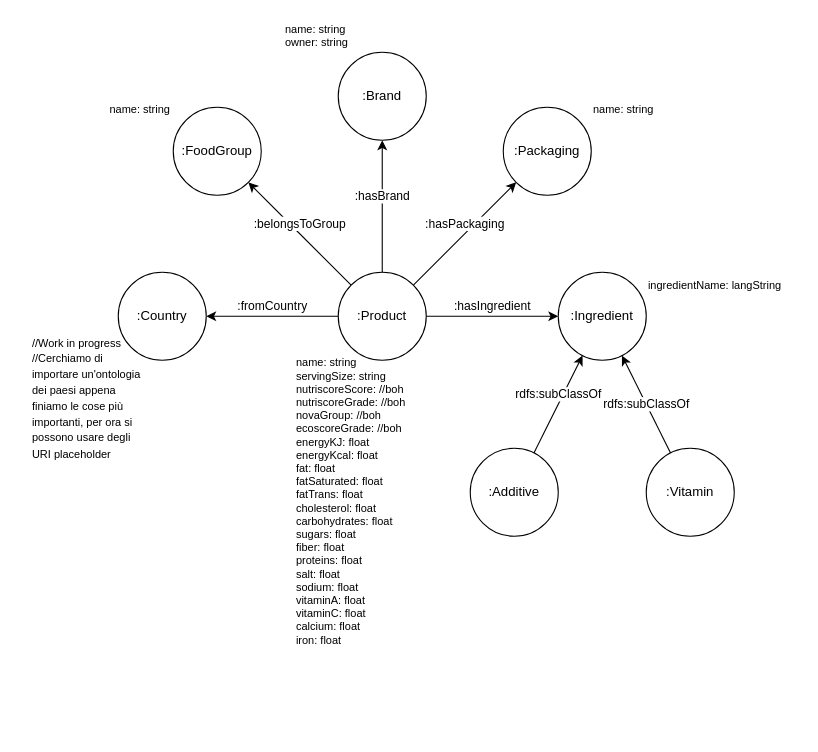
Earlier version of the draw.io diagram docs/GraphleOntology.drawio (GreedyJacques/graphle). Source tidied: cells renumbered, new cells numbered last; positions are measured from the earlier drawing's top-left corner, leaving out a move shared by most shapes. Both pictures are drawn from the tidied source at 110%, with x=0, y=0 at pixel (30, 19).
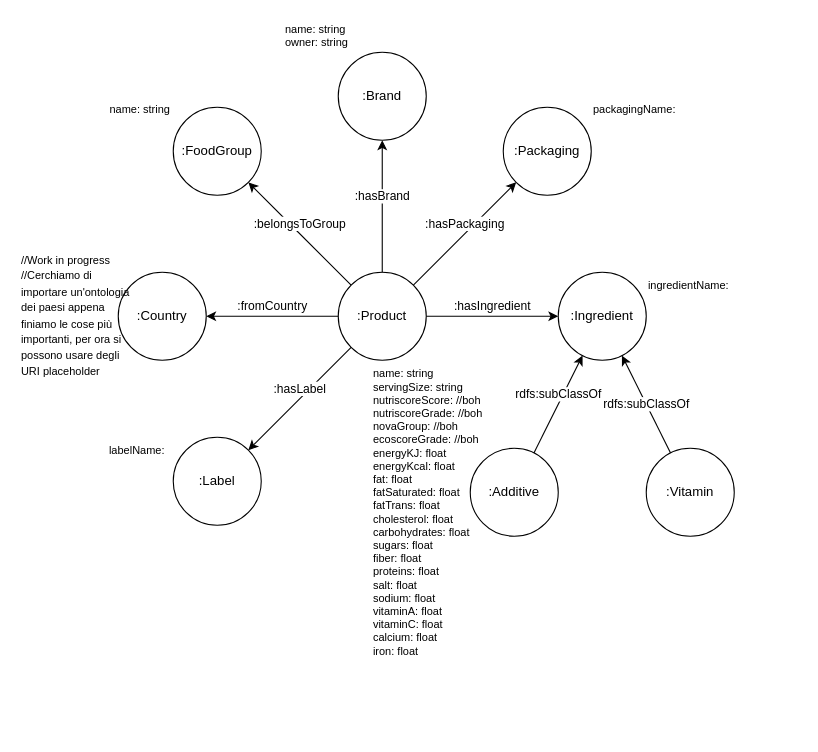
The same page after the edit.

The change refers to these unchanged cells:
```xml
<mxCell id="2" value=":Product" style="ellipse;whiteSpace=wrap;html=1;" parent="1" vertex="1">
  <mxGeometry x="280" y="230" width="80" height="80" as="geometry" />
</mxCell>
```

The edit, as a diff of the source:
```diff
@@
     <mxCell id="17" value="&lt;font size=&quot;1&quot;&gt;//Work in progress&lt;br&gt;//Cerchiamo di importare un'ontologia dei paesi appena finiamo le cose più importanti, per ora si possono usare degli URI placeholder&lt;br&gt;&lt;/font&gt;" style="text;html=1;strokeColor=none;fillColor=none;align=left;verticalAlign=top;whiteSpace=wrap;rounded=0;" parent="1" vertex="1">
-      <mxGeometry y="280" width="110" height="130" as="geometry" />
+      <mxGeometry x="-10" y="205" width="110" height="130" as="geometry" />
     </mxCell>
@@
-    <mxCell id="20" value="name: string" style="text;html=1;strokeColor=none;fillColor=none;align=left;verticalAlign=top;whiteSpace=wrap;rounded=0;fontSize=10;" parent="1" vertex="1">
+    <mxCell id="20" value="packagingName:" style="text;html=1;strokeColor=none;fillColor=none;align=left;verticalAlign=top;whiteSpace=wrap;rounded=0;fontSize=10;" parent="1" vertex="1">
       <mxGeometry x="510" y="70" width="60" height="30" as="geometry" />
     </mxCell>
-    <mxCell id="21" value="ingredientName: langString" style="text;html=1;strokeColor=none;fillColor=none;align=left;verticalAlign=top;whiteSpace=wrap;rounded=0;fontSize=10;" parent="1" vertex="1">
+    <mxCell id="21" value="ingredientName:" style="text;html=1;strokeColor=none;fillColor=none;align=left;verticalAlign=top;whiteSpace=wrap;rounded=0;fontSize=10;" parent="1" vertex="1">
       <mxGeometry x="560" y="230" width="140" height="30" as="geometry" />
     </mxCell>
     <mxCell id="22" value="name: string&lt;br&gt;servingSize: string&lt;br&gt;nutriscoreScore: //boh&lt;br&gt;nutriscoreGrade: //boh&lt;br&gt;novaGroup: //boh&lt;br&gt;ecoscoreGrade: //boh&lt;br&gt;energyKJ: float&lt;br&gt;energyKcal: float&lt;br&gt;fat: float&lt;br&gt;fatSaturated: float&lt;br&gt;fatTrans: float&lt;br&gt;cholesterol: float&lt;br&gt;carbohydrates: float&lt;br&gt;sugars: float&lt;br&gt;fiber: float&lt;br&gt;proteins: float&lt;br&gt;salt: float&lt;br&gt;sodium: float&lt;br&gt;vitaminA: float&lt;br&gt;vitaminC: float&lt;br&gt;calcium: float&lt;br&gt;iron: float" style="text;html=1;strokeColor=none;fillColor=none;align=left;verticalAlign=top;whiteSpace=wrap;rounded=0;fontSize=10;" parent="1" vertex="1">
-      <mxGeometry x="240" y="300" width="160" height="340" as="geometry" />
+      <mxGeometry x="310" y="310" width="160" height="340" as="geometry" />
     </mxCell>
+    <mxCell id="23" value=":hasLabel" style="endArrow=classic;html=1;rounded=0;verticalAlign=bottom;" parent="1" edge="1" source="2" target="24">
+      <mxGeometry relative="1" as="geometry" />
+    </mxCell>
+    <mxCell id="24" value=":Label" style="ellipse;whiteSpace=wrap;html=1;" parent="1" vertex="1">
+      <mxGeometry x="130" y="380" width="80" height="80" as="geometry" />
+    </mxCell>
+    <mxCell id="25" value="labelName:" style="text;html=1;strokeColor=none;fillColor=none;align=left;verticalAlign=top;whiteSpace=wrap;rounded=0;fontSize=10;" parent="1" vertex="1">
+      <mxGeometry x="70" y="380" width="60" height="30" as="geometry" />
+    </mxCell>
```
